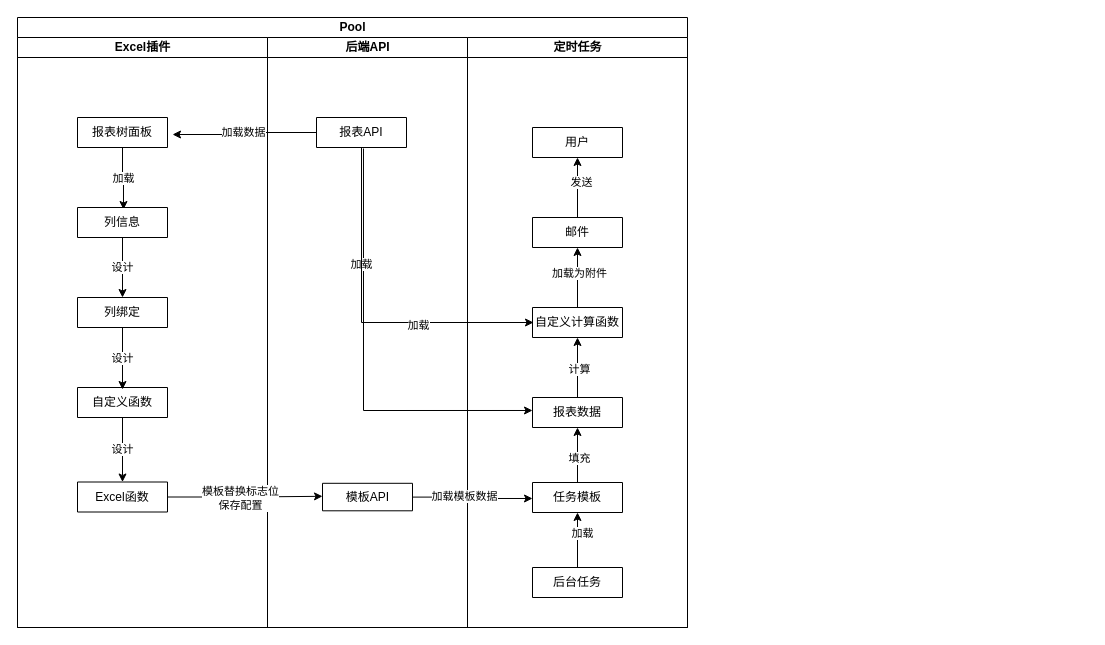
stonefromsky/workflowchart keeps this draw.io diagram as 报表Excel插件.drawio. Above is the earlier version. Source tidied: cells renumbered, new cells numbered last; positions are measured from the earlier drawing's top-left corner, leaving out a move shared by most shapes. Both pictures are drawn from the tidied source at 100%, with x=0, y=0 at pixel (17, 17).
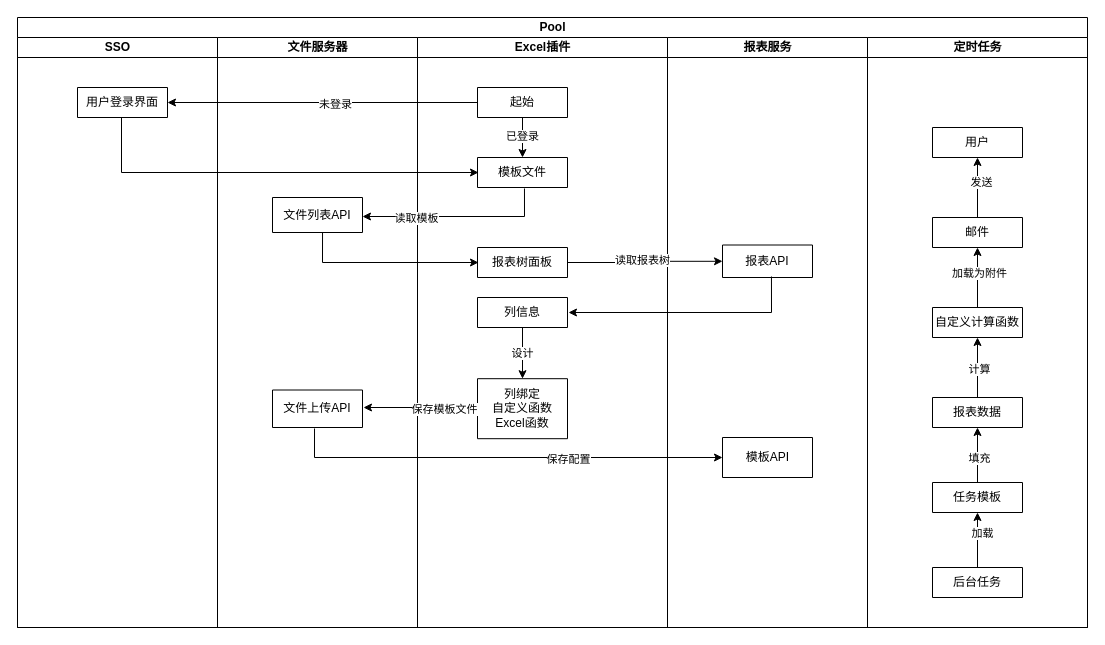
The same page after the edit.

Unchanged cells that the change refers to:
```xml
<mxCell id="22" value="任务模板" style="verticalLabelPosition=middle;verticalAlign=middle;html=1;shape=mxgraph.basic.rect;fillColor2=none;strokeWidth=1;size=20;indent=5;whiteSpace=wrap;labelPosition=center;align=center;" parent="16" vertex="1">
  <mxGeometry x="65" y="445" width="90" height="30" as="geometry" />
</mxCell>
<mxCell id="23" value="报表数据" style="verticalLabelPosition=middle;verticalAlign=middle;html=1;shape=mxgraph.basic.rect;fillColor2=none;strokeWidth=1;size=20;indent=5;whiteSpace=wrap;labelPosition=center;align=center;" parent="16" vertex="1">
  <mxGeometry x="65" y="360" width="90" height="30" as="geometry" />
</mxCell>
<mxCell id="26" value="自定义计算函数" style="verticalLabelPosition=middle;verticalAlign=middle;html=1;shape=mxgraph.basic.rect;fillColor2=none;strokeWidth=1;size=20;indent=5;whiteSpace=wrap;labelPosition=center;align=center;" parent="16" vertex="1">
  <mxGeometry x="65" y="270" width="90" height="30" as="geometry" />
</mxCell>
```

What changed in the source:
```diff
@@
     <mxCell id="2" value="Pool" style="swimlane;startSize=20;html=1;" parent="1" vertex="1">
-      <mxGeometry width="670" height="610" as="geometry" />
+      <mxGeometry width="1070" height="610" as="geometry" />
     </mxCell>
+    <mxCell id="42" value="SSO" style="swimlane;startSize=20;html=1;" parent="2" vertex="1">
+      <mxGeometry y="20" width="200" height="590" as="geometry" />
+    </mxCell>
+    <mxCell id="43" value="&lt;div&gt;用户登录界面&lt;/div&gt;" style="verticalLabelPosition=middle;verticalAlign=middle;html=1;shape=mxgraph.basic.rect;fillColor2=none;strokeWidth=1;size=20;indent=5;whiteSpace=wrap;labelPosition=center;align=center;" parent="42" vertex="1">
+      <mxGeometry x="60" y="50" width="90" height="30" as="geometry" />
+    </mxCell>
+    <mxCell id="44" value="文件服务器" style="swimlane;startSize=20;html=1;" parent="2" vertex="1">
+      <mxGeometry x="200" y="20" width="200" height="590" as="geometry" />
+    </mxCell>
+    <mxCell id="45" value="&lt;div&gt;文件列表API&lt;/div&gt;" style="verticalLabelPosition=middle;verticalAlign=middle;html=1;shape=mxgraph.basic.rect;fillColor2=none;strokeWidth=1;size=20;indent=5;whiteSpace=wrap;labelPosition=center;align=center;" parent="44" vertex="1">
+      <mxGeometry x="55" y="160" width="90" height="35" as="geometry" />
+    </mxCell>
+    <mxCell id="46" value="&lt;div&gt;文件上传API&lt;/div&gt;" style="verticalLabelPosition=middle;verticalAlign=middle;html=1;shape=mxgraph.basic.rect;fillColor2=none;strokeWidth=1;size=20;indent=5;whiteSpace=wrap;labelPosition=center;align=center;" parent="44" vertex="1">
+      <mxGeometry x="55" y="352.5" width="90" height="37.5" as="geometry" />
+    </mxCell>
     <mxCell id="3" value="Excel插件" style="swimlane;startSize=20;html=1;" parent="2" vertex="1">
-      <mxGeometry y="20" width="250" height="590" as="geometry" />
+      <mxGeometry x="400" y="20" width="250" height="590" as="geometry" />
     </mxCell>
-    <mxCell id="4" value="加载" style="edgeStyle=orthogonalEdgeStyle;rounded=0;jettySize=auto;html=1;entryX=0.511;entryY=0.067;entryDx=0;entryDy=0;entryPerimeter=0;" parent="3" edge="1" source="5" target="7">
-      <mxGeometry relative="1" as="geometry" />
-    </mxCell>
     <mxCell id="5" value="&lt;div&gt;报表树面板&lt;/div&gt;" style="verticalLabelPosition=middle;verticalAlign=middle;html=1;shape=mxgraph.basic.rect;fillColor2=none;strokeWidth=1;size=20;indent=5;whiteSpace=wrap;labelPosition=center;align=center;" parent="3" vertex="1">
-      <mxGeometry x="60" y="80" width="90" height="30" as="geometry" />
+      <mxGeometry x="60" y="210" width="90" height="30" as="geometry" />
     </mxCell>
@@
     <mxCell id="7" value="&lt;div&gt;列信息&lt;/div&gt;" style="verticalLabelPosition=middle;verticalAlign=middle;html=1;shape=mxgraph.basic.rect;fillColor2=none;strokeWidth=1;size=20;indent=5;whiteSpace=wrap;labelPosition=center;align=center;" parent="3" vertex="1">
-      <mxGeometry x="60" y="170" width="90" height="30" as="geometry" />
+      <mxGeometry x="60" y="260" width="90" height="30" as="geometry" />
     </mxCell>
-    <mxCell id="8" value="&lt;div&gt;列&lt;span style=&quot;background-color: transparent; color: light-dark(rgb(0, 0, 0), rgb(255, 255, 255));&quot;&gt;绑定&lt;/span&gt;&lt;/div&gt;" style="verticalLabelPosition=middle;verticalAlign=middle;html=1;shape=mxgraph.basic.rect;fillColor2=none;strokeWidth=1;size=20;indent=5;whiteSpace=wrap;labelPosition=center;align=center;" parent="3" vertex="1">
-      <mxGeometry x="60" y="260" width="90" height="30" as="geometry" />
+    <mxCell id="8" value="&lt;div&gt;列&lt;span style=&quot;background-color: transparent; color: light-dark(rgb(0, 0, 0), rgb(255, 255, 255));&quot;&gt;绑定&lt;/span&gt;&lt;/div&gt;&lt;div&gt;自定义函数&lt;/div&gt;&lt;div&gt;Excel函数&lt;/div&gt;" style="verticalLabelPosition=middle;verticalAlign=middle;html=1;shape=mxgraph.basic.rect;fillColor2=none;strokeWidth=1;size=20;indent=5;whiteSpace=wrap;labelPosition=center;align=center;" parent="3" vertex="1">
+      <mxGeometry x="60" y="341.2" width="90" height="60" as="geometry" />
     </mxCell>
-    <mxCell id="9" value="设计" style="edgeStyle=orthogonalEdgeStyle;rounded=0;jettySize=auto;html=1;" parent="3" edge="1" source="10" target="11">
-      <mxGeometry relative="1" as="geometry" />
-    </mxCell>
-    <mxCell id="10" value="&lt;div&gt;自定义函数&lt;/div&gt;" style="verticalLabelPosition=middle;verticalAlign=middle;html=1;shape=mxgraph.basic.rect;fillColor2=none;strokeWidth=1;size=20;indent=5;whiteSpace=wrap;labelPosition=center;align=center;" parent="3" vertex="1">
-      <mxGeometry x="60" y="350" width="90" height="30" as="geometry" />
-    </mxCell>
-    <mxCell id="11" value="&lt;div&gt;Excel函数&lt;/div&gt;" style="verticalLabelPosition=middle;verticalAlign=middle;html=1;shape=mxgraph.basic.rect;fillColor2=none;strokeWidth=1;size=20;indent=0;whiteSpace=wrap;labelPosition=center;align=center;" parent="3" vertex="1">
-      <mxGeometry x="60" y="444.5" width="90" height="30" as="geometry" />
-    </mxCell>
-    <mxCell id="12" value="设计" style="edgeStyle=orthogonalEdgeStyle;rounded=0;jettySize=auto;html=1;entryX=0.5;entryY=0.067;entryDx=0;entryDy=0;entryPerimeter=0;" parent="3" edge="1" source="8" target="10">
-      <mxGeometry relative="1" as="geometry" />
-    </mxCell>
+    <mxCell id="47" style="edgeStyle=orthogonalEdgeStyle;rounded=0;jettySize=auto;html=1;" parent="3" edge="1" source="49" target="50">
+      <mxGeometry relative="1" as="geometry" />
+    </mxCell>
+    <mxCell id="48" value="已登录" style="edgeLabel;html=1;align=center;verticalAlign=middle;" parent="47" vertex="1">
+      <mxGeometry x="-0.1" y="-1" relative="1" as="geometry" />
+    </mxCell>
+    <mxCell id="49" value="起始" style="verticalLabelPosition=middle;verticalAlign=middle;html=1;shape=mxgraph.basic.rect;fillColor2=none;strokeWidth=1;size=20;indent=5;whiteSpace=wrap;labelPosition=center;align=center;" parent="3" vertex="1">
+      <mxGeometry x="60" y="50" width="90" height="30" as="geometry" />
+    </mxCell>
+    <mxCell id="50" value="模板文件" style="verticalLabelPosition=middle;verticalAlign=middle;html=1;shape=mxgraph.basic.rect;fillColor2=none;strokeWidth=1;size=20;indent=5;whiteSpace=wrap;labelPosition=center;align=center;" parent="3" vertex="1">
+      <mxGeometry x="60" y="120" width="90" height="30" as="geometry" />
+    </mxCell>
-    <mxCell id="13" value="后端API" style="swimlane;startSize=20;html=1;" parent="2" vertex="1">
-      <mxGeometry x="250" y="20" width="200" height="590" as="geometry" />
+    <mxCell id="13" value="报表服务" style="swimlane;startSize=20;html=1;" parent="2" vertex="1">
+      <mxGeometry x="650" y="20" width="200" height="590" as="geometry" />
     </mxCell>
     <mxCell id="14" value="模板API" style="verticalLabelPosition=middle;verticalAlign=middle;html=1;shape=mxgraph.basic.rect;fillColor2=none;strokeWidth=1;size=20;indent=5;labelPosition=center;align=center;" parent="13" vertex="1">
-      <mxGeometry x="55" y="445.8" width="90" height="27.5" as="geometry" />
+      <mxGeometry x="55" y="400" width="90" height="40" as="geometry" />
     </mxCell>
     <mxCell id="15" value="&lt;div&gt;报表API&lt;/div&gt;" style="verticalLabelPosition=middle;verticalAlign=middle;html=1;shape=mxgraph.basic.rect;fillColor2=none;strokeWidth=1;size=20;indent=5;whiteSpace=wrap;labelPosition=center;align=center;" parent="13" vertex="1">
-      <mxGeometry x="49" y="80" width="90" height="30" as="geometry" />
+      <mxGeometry x="55" y="207.5" width="90" height="32.5" as="geometry" />
     </mxCell>
     <mxCell id="16" value="定时任务" style="swimlane;startSize=20;html=1;" parent="2" vertex="1">
-      <mxGeometry x="450" y="20" width="220" height="590" as="geometry" />
+      <mxGeometry x="850" y="20" width="220" height="590" as="geometry" />
     </mxCell>
@@
-    <mxCell id="33" value="加载数据" style="edgeStyle=orthogonalEdgeStyle;rounded=0;jettySize=auto;html=1;entryX=1.056;entryY=0.567;entryDx=0;entryDy=0;entryPerimeter=0;" parent="2" edge="1" source="15" target="5">
-      <mxGeometry relative="1" as="geometry" />
-    </mxCell>
-    <mxCell id="34" style="edgeStyle=orthogonalEdgeStyle;rounded=0;jettySize=auto;html=1;entryX=0;entryY=0.473;entryDx=0;entryDy=0;entryPerimeter=0;" parent="2" edge="1" source="11" target="14">
-      <mxGeometry relative="1" as="geometry" />
-    </mxCell>
-    <mxCell id="35" value="模板替换标志位&lt;div&gt;保存配置&lt;/div&gt;" style="edgeLabel;html=1;align=center;verticalAlign=middle;" parent="34" vertex="1">
-      <mxGeometry x="-0.06" y="-1" relative="1" as="geometry">
-        <mxPoint x="-1" as="offset" />
-      </mxGeometry>
-    </mxCell>
-    <mxCell id="36" style="edgeStyle=orthogonalEdgeStyle;rounded=0;jettySize=auto;html=1;entryX=0;entryY=0.533;entryDx=0;entryDy=0;entryPerimeter=0;" parent="2" edge="1" source="14" target="22">
-      <mxGeometry relative="1" as="geometry" />
-    </mxCell>
-    <mxCell id="37" value="加载模板数据" style="edgeLabel;html=1;align=center;verticalAlign=middle;" parent="36" vertex="1">
-      <mxGeometry x="-0.16" y="1" relative="1" as="geometry" />
-    </mxCell>
-    <mxCell id="38" style="edgeStyle=orthogonalEdgeStyle;rounded=0;jettySize=auto;html=1;entryX=0;entryY=0.433;entryDx=0;entryDy=0;entryPerimeter=0;exitX=0.522;exitY=1.033;exitDx=0;exitDy=0;exitPerimeter=0;" parent="2" edge="1" source="15" target="23">
-      <mxGeometry relative="1" as="geometry" />
-    </mxCell>
-    <mxCell id="39" value="加载" style="edgeLabel;html=1;align=center;verticalAlign=middle;" parent="38" vertex="1">
-      <mxGeometry x="-0.46" y="-2" relative="1" as="geometry" />
-    </mxCell>
-    <mxCell id="40" style="edgeStyle=orthogonalEdgeStyle;rounded=0;jettySize=auto;html=1;entryX=0.011;entryY=0.5;entryDx=0;entryDy=0;entryPerimeter=0;exitX=0.5;exitY=1;exitDx=0;exitDy=0;exitPerimeter=0;" parent="2" edge="1" source="15" target="26">
-      <mxGeometry relative="1" as="geometry" />
-    </mxCell>
-    <mxCell id="41" value="加载" style="edgeLabel;html=1;align=center;verticalAlign=middle;" parent="40" vertex="1">
-      <mxGeometry x="0.33" y="-2" relative="1" as="geometry" />
-    </mxCell>
+    <mxCell id="51" style="edgeStyle=orthogonalEdgeStyle;rounded=0;jettySize=auto;html=1;" parent="2" edge="1" source="49" target="43">
+      <mxGeometry relative="1" as="geometry" />
+    </mxCell>
+    <mxCell id="52" value="未登录" style="edgeLabel;html=1;align=center;verticalAlign=middle;" parent="51" vertex="1">
+      <mxGeometry x="-0.08" y="1" relative="1" as="geometry" />
+    </mxCell>
+    <mxCell id="53" style="edgeStyle=orthogonalEdgeStyle;rounded=0;jettySize=auto;html=1;entryX=1.011;entryY=0.467;entryDx=0;entryDy=0;entryPerimeter=0;" parent="2" edge="1" source="8" target="46">
+      <mxGeometry relative="1" as="geometry" />
+    </mxCell>
+    <mxCell id="54" value="保存模板文件" style="edgeLabel;html=1;align=center;verticalAlign=middle;" parent="53" vertex="1">
+      <mxGeometry x="-0.41" relative="1" as="geometry" />
+    </mxCell>
+    <mxCell id="55" style="edgeStyle=orthogonalEdgeStyle;rounded=0;jettySize=auto;html=1;entryX=0.011;entryY=0.5;entryDx=0;entryDy=0;entryPerimeter=0;exitX=0.489;exitY=1;exitDx=0;exitDy=0;exitPerimeter=0;" parent="2" edge="1" source="43" target="50">
+      <mxGeometry relative="1" as="geometry" />
+    </mxCell>
+    <mxCell id="56" style="edgeStyle=orthogonalEdgeStyle;rounded=0;jettySize=auto;html=1;entryX=1;entryY=0.543;entryDx=0;entryDy=0;entryPerimeter=0;exitX=0.522;exitY=1.033;exitDx=0;exitDy=0;exitPerimeter=0;" parent="2" edge="1" source="50" target="45">
+      <mxGeometry relative="1" as="geometry" />
+    </mxCell>
+    <mxCell id="57" value="读取模板" style="edgeLabel;html=1;align=center;verticalAlign=middle;" parent="56" vertex="1">
+      <mxGeometry x="0.44" y="1" relative="1" as="geometry" />
+    </mxCell>
+    <mxCell id="58" style="edgeStyle=orthogonalEdgeStyle;rounded=0;jettySize=auto;html=1;entryX=0.011;entryY=0.5;entryDx=0;entryDy=0;entryPerimeter=0;exitX=0.556;exitY=1;exitDx=0;exitDy=0;exitPerimeter=0;" parent="2" edge="1" source="45" target="5">
+      <mxGeometry relative="1" as="geometry" />
+    </mxCell>
+    <mxCell id="59" style="edgeStyle=orthogonalEdgeStyle;rounded=0;jettySize=auto;html=1;" parent="2" edge="1" source="5" target="15">
+      <mxGeometry relative="1" as="geometry" />
+    </mxCell>
+    <mxCell id="60" value="读取报表树" style="edgeLabel;html=1;align=center;verticalAlign=middle;" parent="59" vertex="1">
+      <mxGeometry x="-0.05" y="3" relative="1" as="geometry" />
+    </mxCell>
+    <mxCell id="61" style="edgeStyle=orthogonalEdgeStyle;rounded=0;jettySize=auto;html=1;entryX=1.011;entryY=0.5;entryDx=0;entryDy=0;entryPerimeter=0;exitX=0.544;exitY=0.969;exitDx=0;exitDy=0;exitPerimeter=0;" parent="2" edge="1" source="15" target="7">
+      <mxGeometry relative="1" as="geometry" />
+    </mxCell>
+    <mxCell id="62" style="edgeStyle=orthogonalEdgeStyle;rounded=0;jettySize=auto;html=1;exitX=0.467;exitY=1.027;exitDx=0;exitDy=0;exitPerimeter=0;" parent="2" edge="1" source="46" target="14">
+      <mxGeometry relative="1" as="geometry">
+        <Array as="points">
+          <mxPoint x="297" y="440" />
+        </Array>
+      </mxGeometry>
+    </mxCell>
+    <mxCell id="63" value="保存配置" style="edgeLabel;html=1;align=center;verticalAlign=middle;" parent="62" vertex="1">
+      <mxGeometry x="0.29" y="-1" relative="1" as="geometry" />
+    </mxCell>
```
